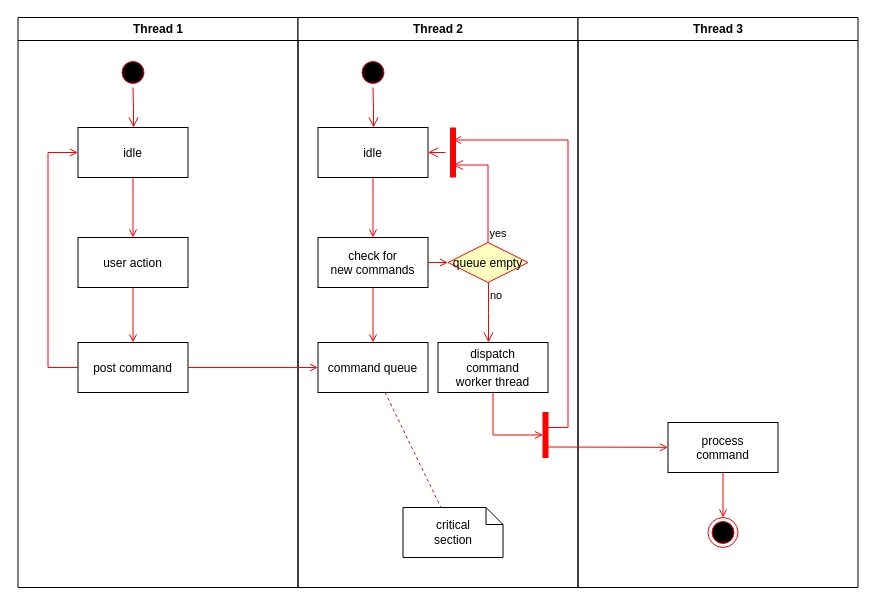
This is thirdakmisnew.drawio from mati-tech/draw.io, a draw.io file, before an edit. Source tidied: cells renumbered, new cells numbered last; positions are measured from the earlier drawing's top-left corner, leaving out a move shared by most shapes. Both pictures are drawn from the tidied source at 100%, with x=0, y=0 at pixel (17, 17).
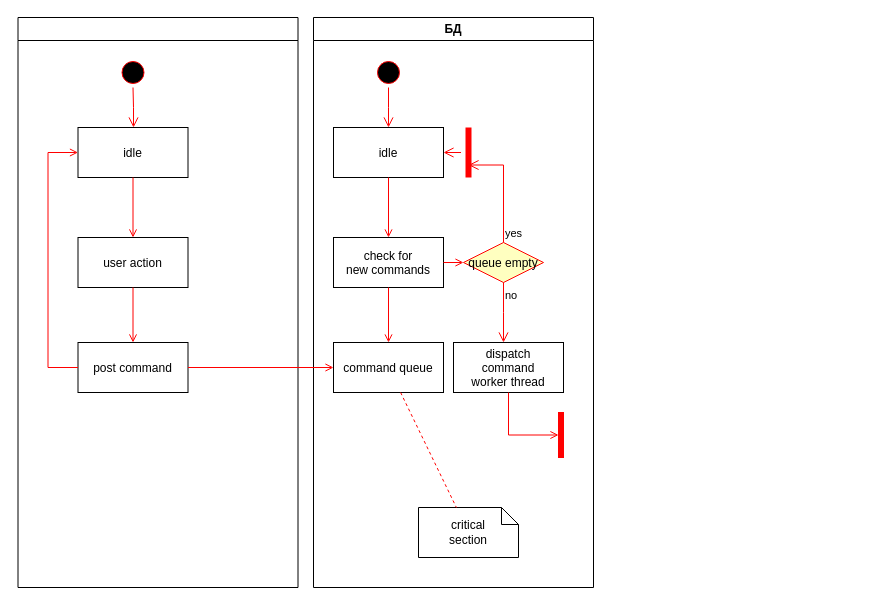
The same diagram, later.

Unchanged cells that the change refers to:
```xml
<mxCell id="23" style="shape=line;strokeWidth=6;strokeColor=#ff0000;rotation=90;" parent="11" vertex="1">
  <mxGeometry x="130" y="127.5" width="50" height="15" as="geometry" />
</mxCell>
```

Change to the diagram source:
```diff
@@
-    <mxCell id="2" value="Thread 1" style="swimlane;whiteSpace=wrap;" parent="1" vertex="1">
+    <mxCell id="2" style="swimlane;whiteSpace=wrap;" parent="1" vertex="1">
       <mxGeometry x="0.5" width="280" height="570" as="geometry" />
     </mxCell>
@@
-    <mxCell id="11" value="Thread 2" style="swimlane;whiteSpace=wrap;" parent="1" vertex="1">
-      <mxGeometry x="280.5" width="280" height="570" as="geometry" />
+    <mxCell id="11" value="БД" style="swimlane;whiteSpace=wrap;" parent="1" vertex="1">
+      <mxGeometry x="296" width="280" height="570" as="geometry" />
     </mxCell>
@@
-    <mxCell id="30" value="Thread 3" style="swimlane;whiteSpace=wrap;" parent="1" vertex="1">
-      <mxGeometry x="560.5" width="280" height="570" as="geometry" />
-    </mxCell>
-    <mxCell id="31" value="process&#10;command" parent="30" vertex="1">
-      <mxGeometry x="90" y="405" width="110" height="50" as="geometry" />
-    </mxCell>
-    <mxCell id="32" style="edgeStyle=elbowEdgeStyle;elbow=horizontal;strokeColor=#FF0000;endArrow=open;endFill=1;rounded=0;entryX=0.25;entryY=0.5;entryPerimeter=0;" parent="30" edge="1" target="23">
-      <mxGeometry relative="1" as="geometry">
-        <mxPoint x="-30" y="410" as="sourcePoint" />
-        <Array as="points">
-          <mxPoint x="-10" y="135" />
-        </Array>
-      </mxGeometry>
-    </mxCell>
-    <mxCell id="33" style="edgeStyle=none;strokeColor=#FF0000;endArrow=open;endFill=1;rounded=0;" parent="30" edge="1" target="31">
-      <mxGeometry relative="1" as="geometry">
-        <mxPoint x="-30" y="429.5" as="sourcePoint" />
-      </mxGeometry>
-    </mxCell>
-    <mxCell id="34" style="ellipse;shape=endState;fillColor=#000000;strokeColor=#ff0000;" parent="30" vertex="1">
-      <mxGeometry x="130" y="500" width="30" height="30" as="geometry" />
-    </mxCell>
-    <mxCell id="35" style="endArrow=open;strokeColor=#FF0000;endFill=1;rounded=0;" parent="30" edge="1" source="31" target="34">
-      <mxGeometry relative="1" as="geometry" />
-    </mxCell>
```
